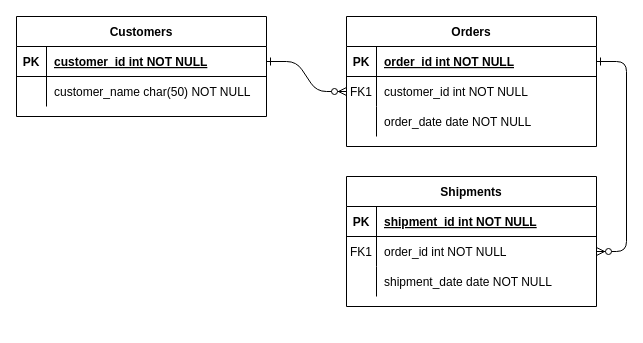
Earlier version of the draw.io diagram 1.drawio (allyvan1314/Note). Source tidied: cells renumbered, new cells numbered last; positions are measured from the earlier drawing's top-left corner, leaving out a move shared by most shapes. Both pictures are drawn from the tidied source at 100%, with x=0, y=0 at pixel (16, 16).
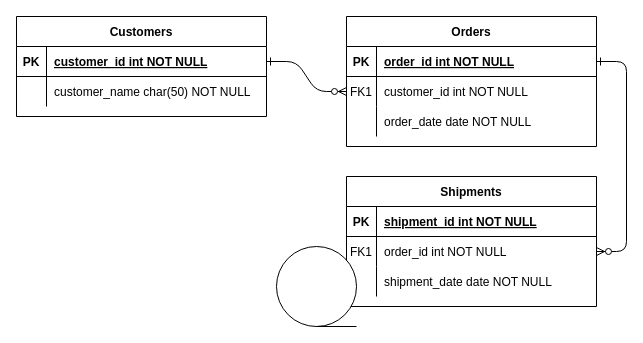
After the change.

Change to the diagram source:
```diff
@@
+    <mxCell id="31" style="shape=tapeData;whiteSpace=wrap;html=1;perimeter=ellipsePerimeter;" parent="1" vertex="1">
+      <mxGeometry x="260" y="230" width="80" height="80" as="geometry" />
+    </mxCell>
```
